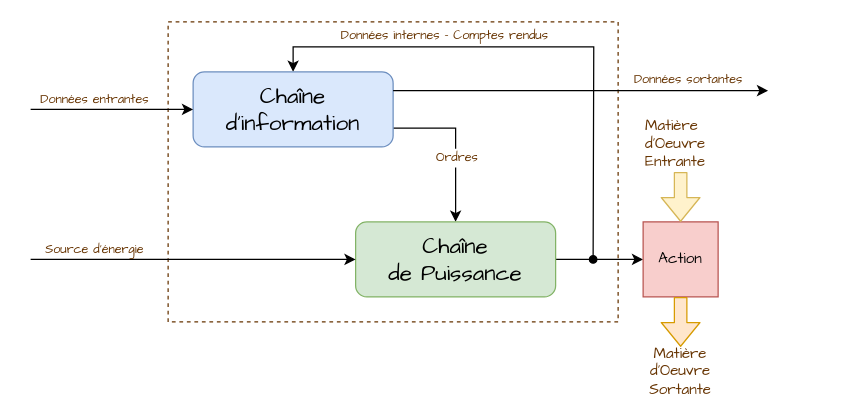
Above: page "Globale2" (2 of 4) of img/AnalyseSystemique.drawio in ericECmorlaix/ericECmorlaix.github.io (draw.io), before the change. Source tidied: cells renumbered, new cells numbered last; positions are measured from the earlier drawing's top-left corner, leaving out a move shared by most shapes. Both pictures are drawn from the tidied source at 125%, with x=0, y=0 at pixel (30, 21).
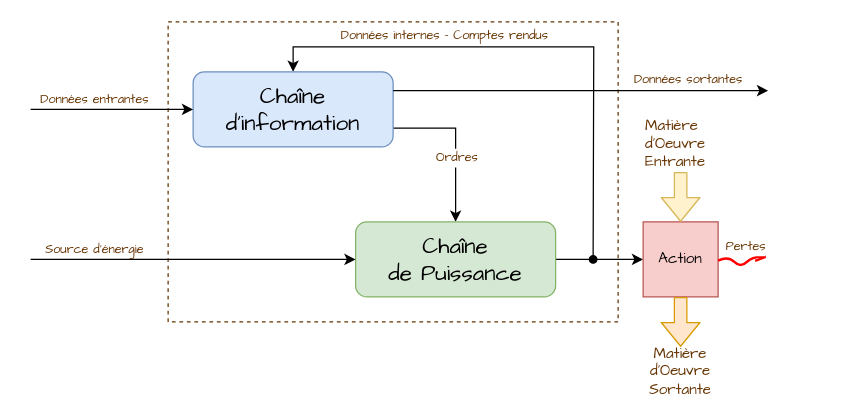
After the change.

What changed in the source:
```diff
@@
+    <mxCell id="21" style="endArrow=none;html=1;strokeWidth=2;fontFamily=Comic Sans MS;fontColor=#663300;endFill=0;startArrow=openAsync;startFill=0;strokeColor=#FF0000;curved=1;" parent="1" edge="1">
+      <mxGeometry relative="1" as="geometry">
+        <mxPoint x="588" y="188" as="sourcePoint" />
+        <mxPoint x="550" y="191" as="targetPoint" />
+        <Array as="points">
+          <mxPoint x="578" y="187" />
+          <mxPoint x="568" y="197" />
+          <mxPoint x="558" y="187" />
+          <mxPoint x="550" y="191" />
+        </Array>
+      </mxGeometry>
+    </mxCell>
+    <mxCell id="22" value="&lt;font style=&quot;font-size: 10px&quot;&gt;Pertes&lt;/font&gt;" style="text;html=1;align=center;verticalAlign=middle;labelBackgroundColor=#ffffff;fontFamily=Comic Sans MS;fontColor=#663300;" parent="1" vertex="1">
+      <mxGeometry x="648.1" y="167" as="geometry">
+        <mxPoint x="-76.5" y="12" as="offset" />
+      </mxGeometry>
+    </mxCell>
```
